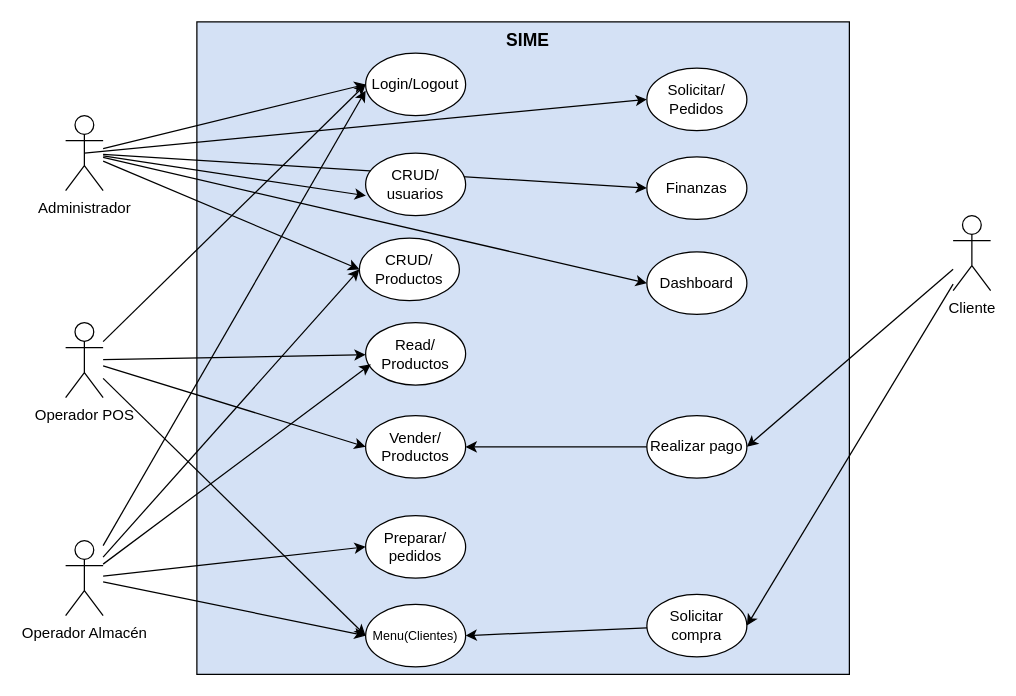
Before: page "Página-2" (2 of 3) of DiagramaProcesos.drawio in DatrixYB/SIME, a draw.io diagram. Source tidied: cells renumbered, new cells numbered last; positions are measured from the earlier drawing's top-left corner, leaving out a move shared by most shapes. Both pictures are drawn from the tidied source at 125%, with x=0, y=0 at pixel (65, 21).
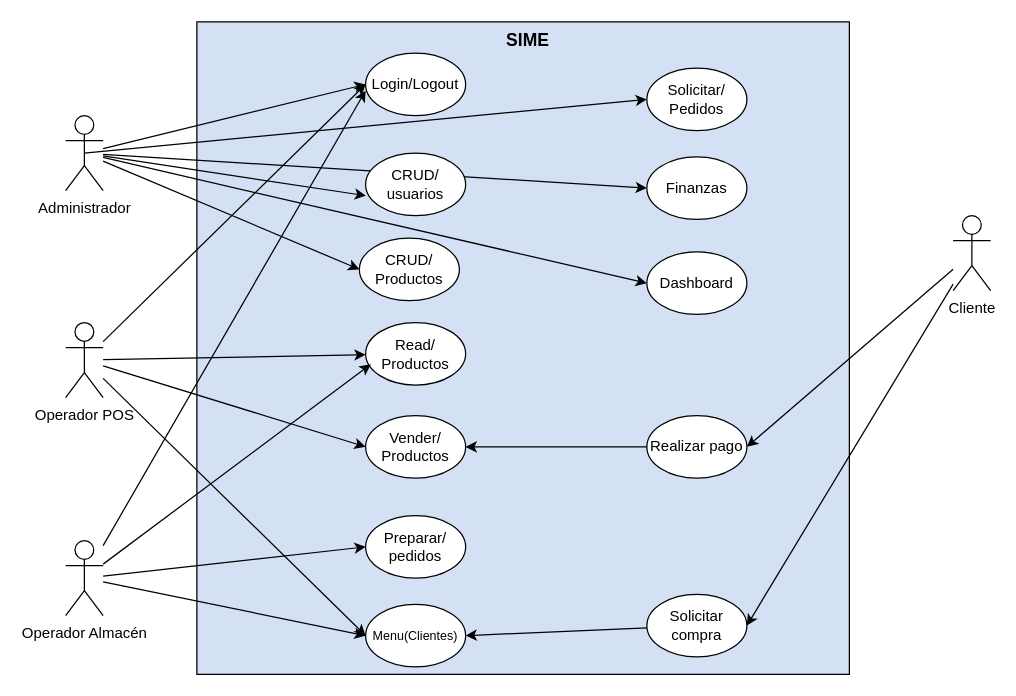
The same page after the edit.

The change refers to these unchanged cells:
```xml
<mxCell id="12" value="Operador Almacén" style="shape=umlActor;verticalLabelPosition=bottom;verticalAlign=top;html=1;outlineConnect=0;" parent="1" vertex="1">
  <mxGeometry y="415" width="30" height="60" as="geometry" />
</mxCell>
<mxCell id="24" value="CRUD/&lt;div&gt;Productos&lt;/div&gt;" style="ellipse;whiteSpace=wrap;html=1;" parent="1" vertex="1">
  <mxGeometry x="235" y="173" width="80" height="50" as="geometry" />
</mxCell>
```

The edit, as a diff of the source:
```diff
@@
-    <mxCell id="11" style="rounded=0;jettySize=auto;html=1;entryX=0;entryY=0.5;entryDx=0;entryDy=0;" parent="1" edge="1" source="12" target="24">
-      <mxGeometry relative="1" as="geometry" />
-    </mxCell>
```
